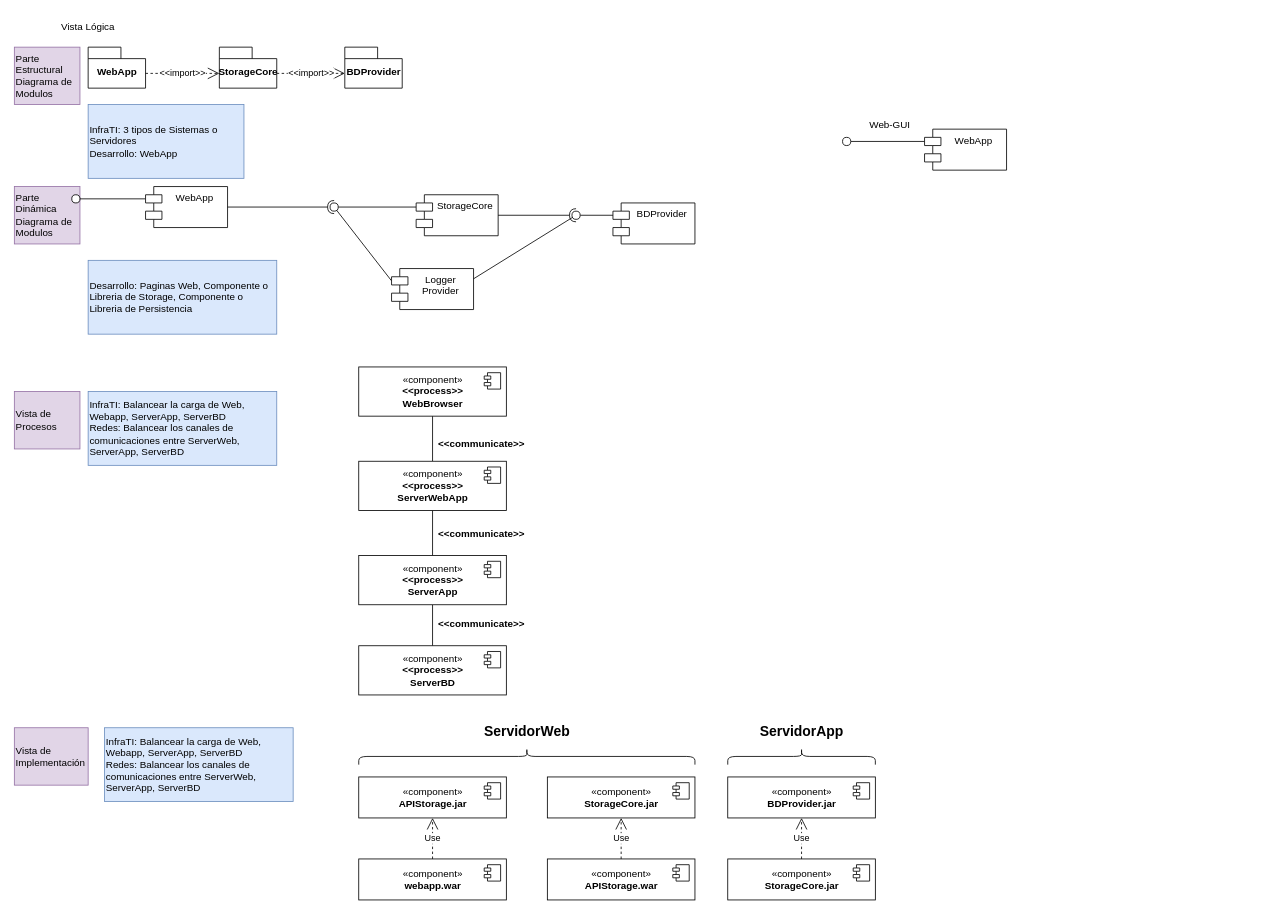
This is arquitecturaDASpersonalizada.drawio from Dakioss/Vista-Logica-Vista-de-procesos, a draw.io file, before an edit. Source tidied: cells renumbered, new cells numbered last; positions are measured from the earlier drawing's top-left corner, leaving out a move shared by most shapes. Both pictures are drawn from the tidied source at 82%, with x=0, y=0 at pixel (14, 14).
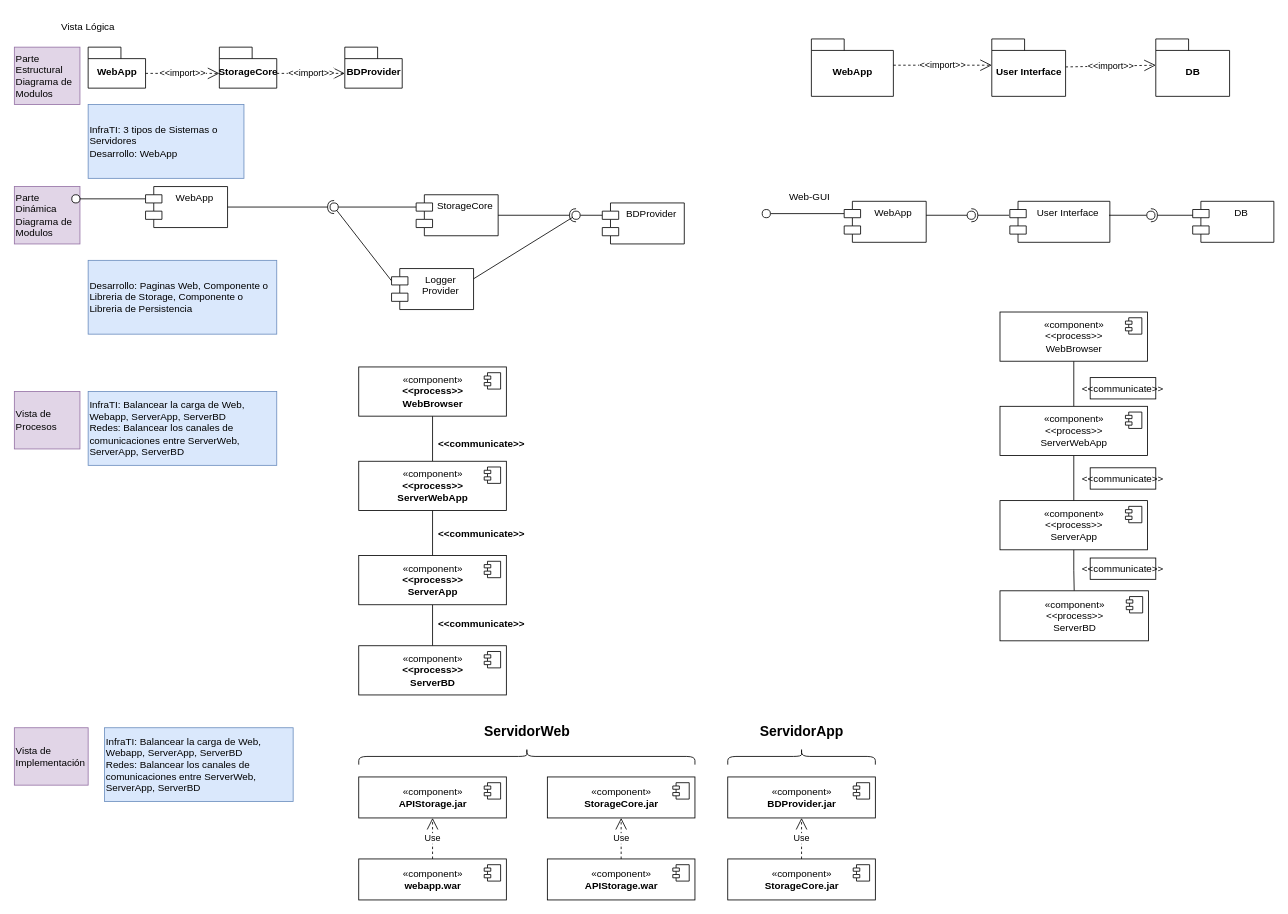
After the change.

Change to the diagram source:
```diff
@@
     <mxCell id="14" value="Web-GUI" style="text;html=1;strokeColor=none;fillColor=none;align=center;verticalAlign=middle;whiteSpace=wrap;rounded=0;" parent="1" vertex="1">
-      <mxGeometry x="1037.5" y="120" width="60" height="30" as="geometry" />
+      <mxGeometry x="939.5" y="208" width="60" height="30" as="geometry" />
     </mxCell>
@@
     <mxCell id="24" value="BDProvider" style="shape=module;align=left;spacingLeft=20;align=center;verticalAlign=top;" parent="1" vertex="1">
-      <mxGeometry x="730" y="230" width="100" height="50" as="geometry" />
+      <mxGeometry x="717" y="230" width="100" height="50" as="geometry" />
     </mxCell>
@@
     <mxCell id="65" style="ellipse;whiteSpace=wrap;html=1;align=center;points=[];outlineConnect=0;sketch=0;" parent="1" vertex="1">
-      <mxGeometry x="1010" y="150" width="10" height="10" as="geometry" />
+      <mxGeometry x="912" y="238" width="10" height="10" as="geometry" />
     </mxCell>
     <mxCell id="66" value="WebApp" style="shape=module;align=left;spacingLeft=20;align=center;verticalAlign=top;" parent="1" vertex="1">
-      <mxGeometry x="1110" y="140" width="100" height="50" as="geometry" />
+      <mxGeometry x="1012" y="228" width="100" height="50" as="geometry" />
     </mxCell>
+    <mxCell id="67" value="WebApp" style="shape=folder;fontStyle=1;spacingTop=10;tabWidth=40;tabHeight=14;tabPosition=left;html=1;" parent="1" vertex="1">
+      <mxGeometry x="972" y="30" width="100" height="70" as="geometry" />
+    </mxCell>
+    <mxCell id="68" value="DB" style="shape=folder;fontStyle=1;spacingTop=10;tabWidth=40;tabHeight=14;tabPosition=left;html=1;" parent="1" vertex="1">
+      <mxGeometry x="1392" y="30" width="90" height="70" as="geometry" />
+    </mxCell>
+    <mxCell id="69" value="&amp;lt;&amp;lt;import&amp;gt;&amp;gt;" style="endArrow=open;endSize=12;dashed=1;html=1;rounded=0;entryX=0;entryY=0;entryDx=0;entryDy=32;entryPerimeter=0;" parent="1" edge="1" target="71">
+      <mxGeometry relative="1" as="geometry">
+        <mxPoint x="1072" y="62" as="sourcePoint" />
+      </mxGeometry>
+    </mxCell>
+    <mxCell id="70" value="&amp;lt;&amp;lt;import&amp;gt;&amp;gt;" style="endArrow=open;endSize=12;dashed=1;html=1;rounded=0;entryX=0;entryY=0;entryDx=0;entryDy=32;entryPerimeter=0;startArrow=none;" parent="1" edge="1" source="71" target="68">
+      <mxGeometry relative="1" as="geometry" />
+    </mxCell>
+    <mxCell id="71" value="User Interface" style="shape=folder;fontStyle=1;spacingTop=10;tabWidth=40;tabHeight=14;tabPosition=left;html=1;" parent="1" vertex="1">
+      <mxGeometry x="1192" y="30" width="90" height="70" as="geometry" />
+    </mxCell>
+    <mxCell id="72" style="endArrow=none;endSize=12;dashed=1;html=1;rounded=0;entryX=0;entryY=0;entryDx=0;entryDy=32;entryPerimeter=0;" parent="1" edge="1" target="71">
+      <mxGeometry relative="1" as="geometry">
+        <mxPoint x="1192" y="62" as="sourcePoint" />
+      </mxGeometry>
+    </mxCell>
+    <mxCell id="73" value="User Interface" style="shape=module;align=left;spacingLeft=20;align=center;verticalAlign=top;" parent="1" vertex="1">
+      <mxGeometry x="1214" y="228" width="122" height="50" as="geometry" />
+    </mxCell>
+    <mxCell id="74" style="rounded=0;jettySize=auto;html=1;endArrow=none;endFill=0;sketch=0;sourcePerimeterSpacing=0;targetPerimeterSpacing=0;" parent="1" edge="1" target="76">
+      <mxGeometry relative="1" as="geometry">
+        <mxPoint x="1112" y="245" as="sourcePoint" />
+      </mxGeometry>
+    </mxCell>
+    <mxCell id="75" style="rounded=0;jettySize=auto;html=1;endArrow=halfCircle;endFill=0;entryX=0.5;entryY=0.5;endSize=6;strokeWidth=1;sketch=0;" parent="1" edge="1" target="76">
+      <mxGeometry relative="1" as="geometry">
+        <mxPoint x="1213" y="245" as="sourcePoint" />
+      </mxGeometry>
+    </mxCell>
+    <mxCell id="76" style="ellipse;whiteSpace=wrap;html=1;align=center;points=[];outlineConnect=0;sketch=0;gradientColor=none;" parent="1" vertex="1">
+      <mxGeometry x="1162" y="240" width="10" height="10" as="geometry" />
+    </mxCell>
+    <mxCell id="77" value="DB" style="shape=module;align=left;spacingLeft=20;align=center;verticalAlign=top;" parent="1" vertex="1">
+      <mxGeometry x="1437" y="228" width="99" height="50" as="geometry" />
+    </mxCell>
+    <mxCell id="78" style="rounded=0;jettySize=auto;html=1;endArrow=none;endFill=0;sketch=0;sourcePerimeterSpacing=0;targetPerimeterSpacing=0;" parent="1" edge="1" target="80">
+      <mxGeometry relative="1" as="geometry">
+        <mxPoint x="1335" y="245" as="sourcePoint" />
+      </mxGeometry>
+    </mxCell>
+    <mxCell id="79" style="rounded=0;jettySize=auto;html=1;endArrow=halfCircle;endFill=0;entryX=0.5;entryY=0.5;endSize=6;strokeWidth=1;sketch=0;" parent="1" edge="1" target="80">
+      <mxGeometry relative="1" as="geometry">
+        <mxPoint x="1437" y="245" as="sourcePoint" />
+      </mxGeometry>
+    </mxCell>
+    <mxCell id="80" style="ellipse;whiteSpace=wrap;html=1;align=center;points=[];outlineConnect=0;sketch=0;gradientColor=none;" parent="1" vertex="1">
+      <mxGeometry x="1381" y="240" width="10" height="10" as="geometry" />
+    </mxCell>
+    <mxCell id="81" style="edgeStyle=orthogonalEdgeStyle;rounded=0;jettySize=auto;html=1;endArrow=none;endFill=0;strokeColor=default;fontStyle=0;" parent="1" edge="1" source="82" target="85">
+      <mxGeometry relative="1" as="geometry" />
+    </mxCell>
+    <mxCell id="82" value="«component»&lt;br&gt;&lt;span&gt;&amp;lt;&amp;lt;process&amp;gt;&amp;gt;&lt;br&gt;WebBrowser&lt;br&gt;&lt;/span&gt;" style="html=1;strokeColor=default;fontStyle=0;" parent="1" vertex="1">
+      <mxGeometry x="1202" y="363" width="180" height="60" as="geometry" />
+    </mxCell>
+    <mxCell id="83" style="shape=module;jettyWidth=8;jettyHeight=4;strokeColor=default;fontStyle=0;" parent="82" vertex="1">
+      <mxGeometry x="1" width="20" height="20" relative="1" as="geometry">
+        <mxPoint x="-27" y="7" as="offset" />
+      </mxGeometry>
+    </mxCell>
+    <mxCell id="84" style="edgeStyle=orthogonalEdgeStyle;rounded=0;jettySize=auto;html=1;entryX=0.5;entryY=0;entryDx=0;entryDy=0;endArrow=none;endFill=0;strokeColor=default;fontStyle=0;" parent="1" edge="1" source="85" target="89">
+      <mxGeometry relative="1" as="geometry" />
+    </mxCell>
+    <mxCell id="85" value="«component»&lt;br&gt;&lt;span&gt;&amp;lt;&amp;lt;process&amp;gt;&amp;gt;&lt;br&gt;ServerWebApp&lt;br&gt;&lt;/span&gt;" style="html=1;strokeColor=default;fontStyle=0;" parent="1" vertex="1">
+      <mxGeometry x="1202" y="478" width="180" height="60" as="geometry" />
+    </mxCell>
+    <mxCell id="86" style="shape=module;jettyWidth=8;jettyHeight=4;strokeColor=default;fontStyle=0;" parent="85" vertex="1">
+      <mxGeometry x="1" width="20" height="20" relative="1" as="geometry">
+        <mxPoint x="-27" y="7" as="offset" />
+      </mxGeometry>
+    </mxCell>
+    <mxCell id="87" value="&lt;&lt;communicate&gt;&gt;" style="text;align=center;fontStyle=0;verticalAlign=middle;spacingLeft=3;spacingRight=3;strokeColor=default;" parent="1" vertex="1">
+      <mxGeometry x="1312" y="443" width="80" height="26" as="geometry" />
+    </mxCell>
+    <mxCell id="88" style="edgeStyle=orthogonalEdgeStyle;rounded=0;jettySize=auto;html=1;entryX=0.5;entryY=0;entryDx=0;entryDy=0;endArrow=none;endFill=0;strokeColor=default;fontStyle=0;" parent="1" edge="1" source="89" target="92">
+      <mxGeometry relative="1" as="geometry" />
+    </mxCell>
+    <mxCell id="89" value="«component»&lt;br&gt;&lt;span&gt;&amp;lt;&amp;lt;process&amp;gt;&amp;gt;&lt;br&gt;ServerApp&lt;br&gt;&lt;/span&gt;" style="html=1;strokeColor=default;fontStyle=0;" parent="1" vertex="1">
+      <mxGeometry x="1202" y="593" width="180" height="60" as="geometry" />
+    </mxCell>
+    <mxCell id="90" style="shape=module;jettyWidth=8;jettyHeight=4;strokeColor=default;fontStyle=0;" parent="89" vertex="1">
+      <mxGeometry x="1" width="20" height="20" relative="1" as="geometry">
+        <mxPoint x="-27" y="7" as="offset" />
+      </mxGeometry>
+    </mxCell>
+    <mxCell id="91" value="&lt;&lt;communicate&gt;&gt;" style="text;align=center;fontStyle=0;verticalAlign=middle;spacingLeft=3;spacingRight=3;strokeColor=default;" parent="1" vertex="1">
+      <mxGeometry x="1312" y="553" width="80" height="26" as="geometry" />
+    </mxCell>
+    <mxCell id="92" value="«component»&lt;br&gt;&lt;span&gt;&amp;lt;&amp;lt;process&amp;gt;&amp;gt;&lt;br&gt;ServerBD&lt;br&gt;&lt;/span&gt;" style="html=1;strokeColor=default;fontStyle=0;" parent="1" vertex="1">
+      <mxGeometry x="1202" y="703" width="181" height="61" as="geometry" />
+    </mxCell>
+    <mxCell id="93" style="shape=module;jettyWidth=8;jettyHeight=4;strokeColor=default;fontStyle=0;" parent="92" vertex="1">
+      <mxGeometry x="1" width="20" height="20" relative="1" as="geometry">
+        <mxPoint x="-27" y="7" as="offset" />
+      </mxGeometry>
+    </mxCell>
+    <mxCell id="94" value="&lt;&lt;communicate&gt;&gt;" style="text;align=center;fontStyle=0;verticalAlign=middle;spacingLeft=3;spacingRight=3;strokeColor=default;" parent="1" vertex="1">
+      <mxGeometry x="1312" y="663" width="80" height="26" as="geometry" />
+    </mxCell>
```
